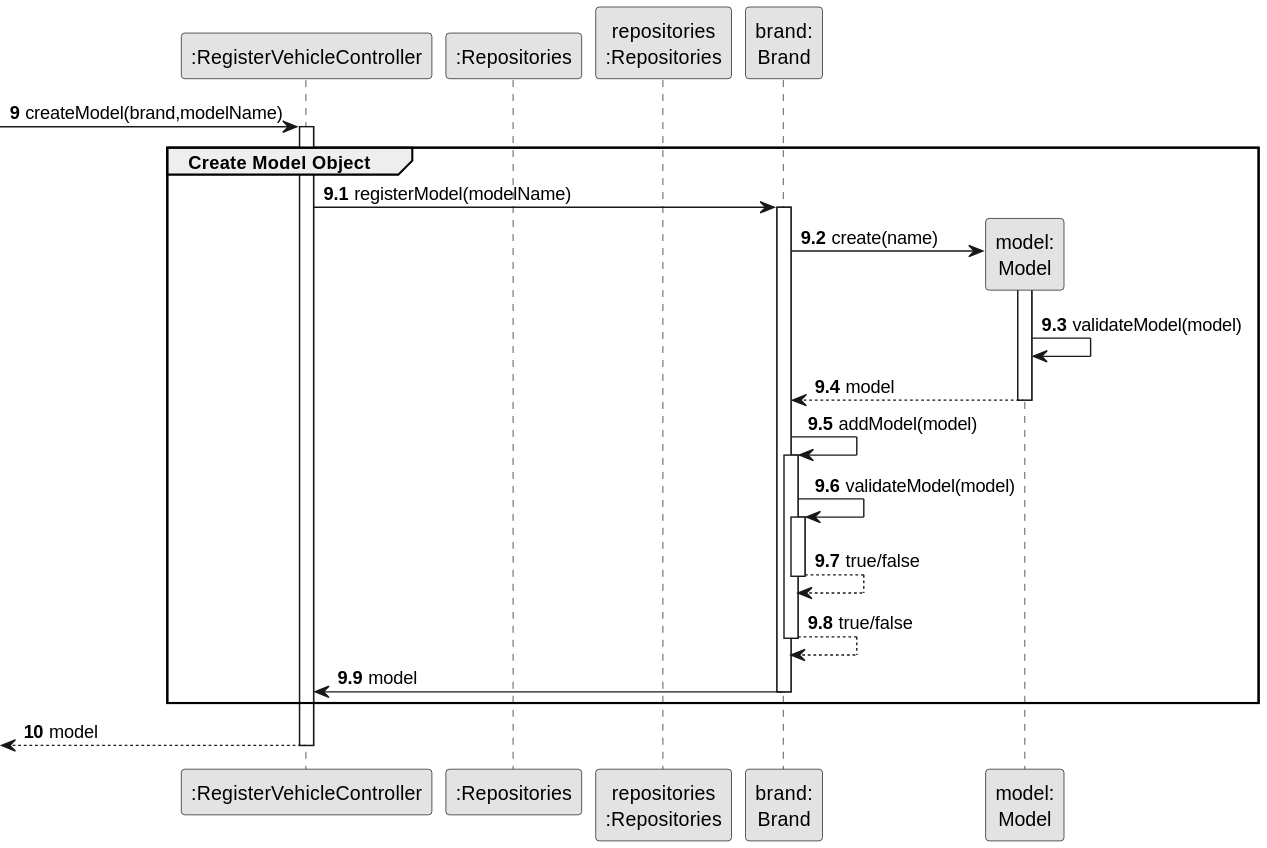
Departamento-de-Engenharia-Informatica/lei-24-s2-1db-g022 keeps this PlantUML diagram as docs/sprint2/us06/03.design/svg/us06-sequence-diagram-partial-create-model.svg. Above is the earlier version.
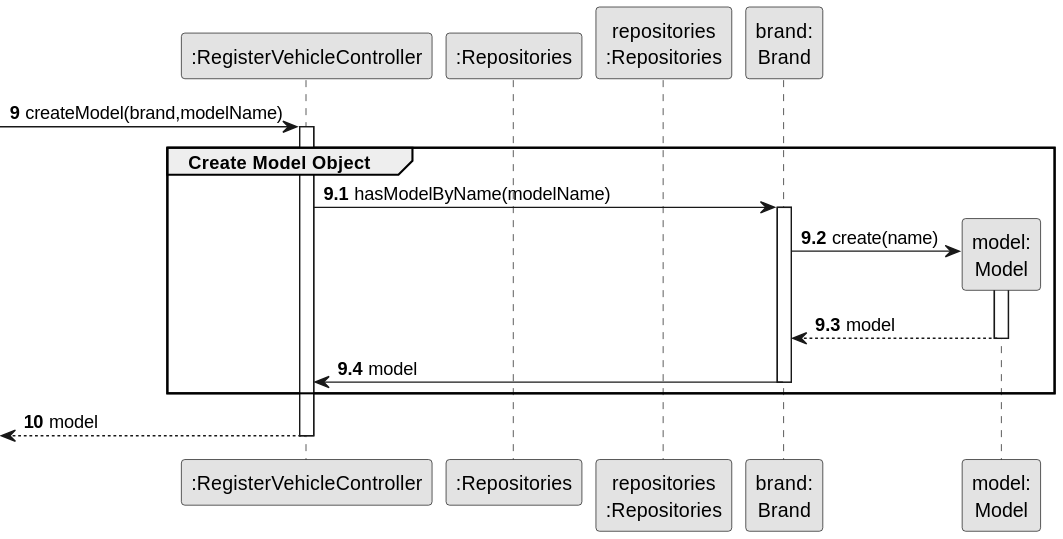
After the commit.

Diff of the diagram source:
```diff
@@ -16,7 +16,7 @@
 activate CTRL
     group Create Model Object
 
-        CTRL -> Brand : registerModel(modelName)
+        CTRL -> Brand : hasModelByName(modelName)
 
         activate Brand
 
@@ -24,21 +24,9 @@
 
             activate Model
 
-                Model -> Model: validateModel(model)
                 Model --> Brand : model
 
             deactivate Model
-
-        Brand -> Brand: addModel(model)
-
-        activate Brand
-            Brand -> Brand: validateModel(model)
-            activate Brand
-                Brand --> Brand : true/false
-            deactivate Brand
-
-            Brand --> Brand : true/false
-        deactivate Brand
 
             Brand -> CTRL : model
         deactivate Brand
```
